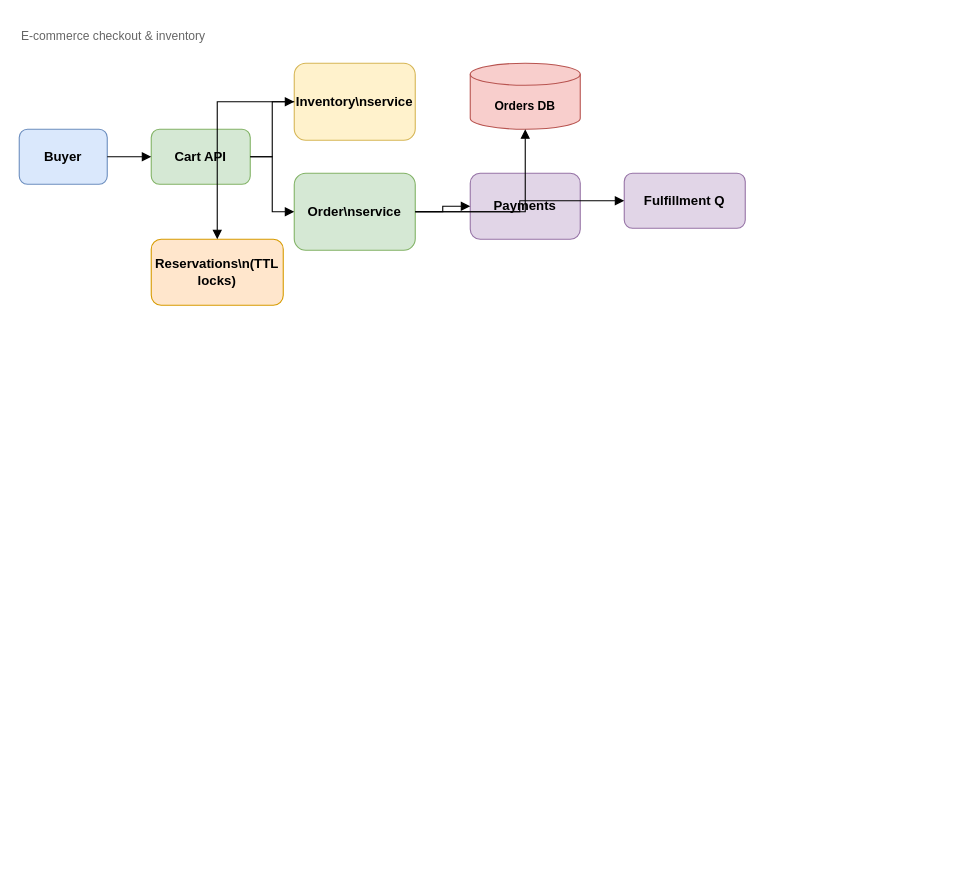
Earlier version of the draw.io diagram diagrams/ecommerce-checkout.drawio (yazeedsawalha/system-design). Source tidied: cells renumbered, new cells numbered last; positions are measured from the earlier drawing's top-left corner, leaving out a move shared by most shapes. Both pictures are drawn from the tidied source at 110%, with x=0, y=0 at pixel (19, 19).
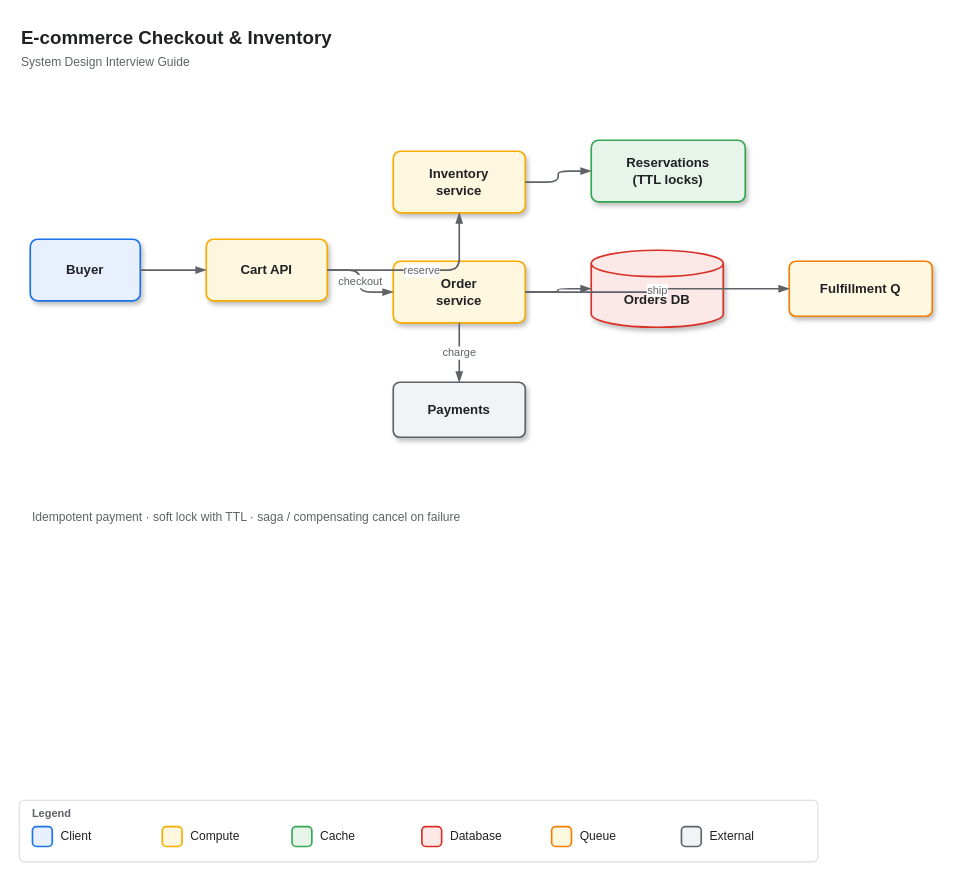
After the change.

Change to the diagram source:
```diff
@@
-<mxGraphModel>
+<mxGraphModel background="#ffffff">
@@
-    <mxCell id="2" value="E-commerce checkout &amp; inventory" style="text;html=1;strokeColor=none;fillColor=none;align=left;verticalAlign=middle;whiteSpace=wrap;rounded=0;fontSize=11;fontColor=#666666;" parent="1" vertex="1">
-      <mxGeometry width="300" height="30" as="geometry" />
-    </mxCell>
+    <mxCell id="18" value="E-commerce Checkout &amp; Inventory" style="text;html=1;strokeColor=none;fillColor=none;align=left;verticalAlign=middle;whiteSpace=wrap;rounded=0;fontSize=17;fontStyle=1;fontFamily=Helvetica;fontColor=#202124;" parent="1" vertex="1">
+      <mxGeometry y="4" width="700" height="28" as="geometry" />
+    </mxCell>
+    <mxCell id="19" value="System Design Interview Guide" style="text;html=1;strokeColor=none;fillColor=none;align=left;verticalAlign=middle;whiteSpace=wrap;rounded=0;fontSize=11;fontFamily=Helvetica;fontColor=#5F6368;" parent="1" vertex="1">
+      <mxGeometry y="30" width="280" height="18" as="geometry" />
+    </mxCell>
-    <mxCell id="3" value="Buyer" style="rounded=1;whiteSpace=wrap;html=1;fillColor=#dae8fc;strokeColor=#6c8ebf;fontStyle=1;fontSize=12;" parent="1" vertex="1">
-      <mxGeometry y="100" width="80" height="50" as="geometry" />
+    <mxCell id="3" value="Buyer" style="rounded=1;whiteSpace=wrap;html=1;arcSize=12;fillColor=#E8F0FE;strokeColor=#1A73E8;strokeWidth=1.5;fontStyle=1;fontSize=12;fontFamily=Helvetica;fontColor=#202124;shadow=1;" parent="1" vertex="1">
+      <mxGeometry x="10" y="200" width="100" height="56" as="geometry" />
     </mxCell>
-    <mxCell id="4" value="Cart API" style="rounded=1;whiteSpace=wrap;html=1;fillColor=#d5e8d4;strokeColor=#82b366;fontStyle=1;fontSize=12;" parent="1" vertex="1">
-      <mxGeometry x="120" y="100" width="90" height="50" as="geometry" />
+    <mxCell id="4" value="Cart API" style="rounded=1;whiteSpace=wrap;html=1;arcSize=12;fillColor=#FEF7E0;strokeColor=#F9AB00;strokeWidth=1.5;fontStyle=1;fontSize=12;fontFamily=Helvetica;fontColor=#202124;shadow=1;" parent="1" vertex="1">
+      <mxGeometry x="170" y="200" width="110" height="56" as="geometry" />
     </mxCell>
-    <mxCell id="5" value="Inventory\nservice" style="rounded=1;whiteSpace=wrap;html=1;fillColor=#fff2cc;strokeColor=#d6b656;fontStyle=1;fontSize=12;" parent="1" vertex="1">
-      <mxGeometry x="250" y="40" width="110" height="70" as="geometry" />
-    </mxCell>
-    <mxCell id="6" value="Order\nservice" style="rounded=1;whiteSpace=wrap;html=1;fillColor=#d5e8d4;strokeColor=#82b366;fontStyle=1;fontSize=12;" parent="1" vertex="1">
-      <mxGeometry x="250" y="140" width="110" height="70" as="geometry" />
-    </mxCell>
+    <mxCell id="20" value="Inventory&#10;service" style="rounded=1;whiteSpace=wrap;html=1;arcSize=12;fillColor=#FEF7E0;strokeColor=#F9AB00;strokeWidth=1.5;fontStyle=1;fontSize=12;fontFamily=Helvetica;fontColor=#202124;shadow=1;" parent="1" vertex="1">
+      <mxGeometry x="340" y="120" width="120" height="56" as="geometry" />
+    </mxCell>
+    <mxCell id="21" value="Order&#10;service" style="rounded=1;whiteSpace=wrap;html=1;arcSize=12;fillColor=#FEF7E0;strokeColor=#F9AB00;strokeWidth=1.5;fontStyle=1;fontSize=12;fontFamily=Helvetica;fontColor=#202124;shadow=1;" parent="1" vertex="1">
+      <mxGeometry x="340" y="220" width="120" height="56" as="geometry" />
+    </mxCell>
-    <mxCell id="7" value="Payments" style="rounded=1;whiteSpace=wrap;html=1;fillColor=#e1d5e7;strokeColor=#9673a6;fontStyle=1;fontSize=12;" parent="1" vertex="1">
-      <mxGeometry x="410" y="140" width="100" height="60" as="geometry" />
+    <mxCell id="7" value="Payments" style="rounded=1;whiteSpace=wrap;html=1;arcSize=12;fillColor=#F1F3F4;strokeColor=#5F6368;strokeWidth=1.5;fontStyle=1;fontSize=12;fontFamily=Helvetica;fontColor=#202124;shadow=1;" parent="1" vertex="1">
+      <mxGeometry x="340" y="330" width="120" height="50" as="geometry" />
     </mxCell>
-    <mxCell id="8" value="Orders DB" style="shape=cylinder3;whiteSpace=wrap;html=1;boundedLbl=1;backgroundOutline=1;size=10;fillColor=#f8cecc;strokeColor=#b85450;fontStyle=1;fontSize=11;" parent="1" vertex="1">
-      <mxGeometry x="410" y="40" width="100" height="60" as="geometry" />
+    <mxCell id="8" value="Orders DB" style="shape=cylinder3;whiteSpace=wrap;html=1;boundedLbl=1;backgroundOutline=1;size=12;fillColor=#FCE8E6;strokeColor=#D93025;strokeWidth=1.5;fontStyle=1;fontSize=12;fontFamily=Helvetica;fontColor=#202124;shadow=1;" parent="1" vertex="1">
+      <mxGeometry x="520" y="210" width="120" height="70" as="geometry" />
     </mxCell>
-    <mxCell id="9" value="Reservations\n(TTL locks)" style="rounded=1;whiteSpace=wrap;html=1;fillColor=#ffe6cc;strokeColor=#d79b00;fontStyle=1;fontSize=12;" parent="1" vertex="1">
-      <mxGeometry x="120" y="200" width="120" height="60" as="geometry" />
-    </mxCell>
+    <mxCell id="22" value="Reservations&#10;(TTL locks)" style="rounded=1;whiteSpace=wrap;html=1;arcSize=12;fillColor=#E6F4EA;strokeColor=#34A853;strokeWidth=1.5;fontStyle=1;fontSize=12;fontFamily=Helvetica;fontColor=#202124;shadow=1;" parent="1" vertex="1">
+      <mxGeometry x="520" y="110" width="140" height="56" as="geometry" />
+    </mxCell>
-    <mxCell id="10" value="Fulfillment Q" style="rounded=1;whiteSpace=wrap;html=1;fillColor=#e1d5e7;strokeColor=#9673a6;fontStyle=1;fontSize=12;" parent="1" vertex="1">
-      <mxGeometry x="550" y="140" width="110" height="50" as="geometry" />
+    <mxCell id="10" value="Fulfillment Q" style="rounded=1;whiteSpace=wrap;html=1;arcSize=12;fillColor=#FFF8E1;strokeColor=#F57C00;strokeWidth=1.5;fontStyle=1;fontSize=12;fontFamily=Helvetica;fontColor=#202124;shadow=1;" parent="1" vertex="1">
+      <mxGeometry x="700" y="220" width="130" height="50" as="geometry" />
     </mxCell>
-    <mxCell id="11" style="edgeStyle=orthogonalEdgeStyle;rounded=0;jettySize=auto;html=1;endArrow=block;endFill=1;" parent="1" edge="1" source="3" target="4">
+    <mxCell id="11" style="edgeStyle=orthogonalEdgeStyle;rounded=1;jettySize=auto;html=1;endArrow=blockThin;endFill=1;strokeWidth=1.5;strokeColor=#5F6368;fontFamily=Helvetica;fontSize=10;fontColor=#5F6368;" parent="1" edge="1" source="3" target="4">
       <mxGeometry relative="1" as="geometry" />
     </mxCell>
-    <mxCell id="12" style="edgeStyle=orthogonalEdgeStyle;rounded=0;jettySize=auto;html=1;endArrow=block;endFill=1;" parent="1" edge="1" source="4" target="5">
-      <mxGeometry relative="1" as="geometry" />
-    </mxCell>
-    <mxCell id="13" style="edgeStyle=orthogonalEdgeStyle;rounded=0;jettySize=auto;html=1;endArrow=block;endFill=1;" parent="1" edge="1" source="4" target="6">
-      <mxGeometry relative="1" as="geometry" />
-    </mxCell>
-    <mxCell id="14" style="edgeStyle=orthogonalEdgeStyle;rounded=0;jettySize=auto;html=1;endArrow=block;endFill=1;" parent="1" edge="1" source="6" target="7">
-      <mxGeometry relative="1" as="geometry" />
-    </mxCell>
-    <mxCell id="15" style="edgeStyle=orthogonalEdgeStyle;rounded=0;jettySize=auto;html=1;endArrow=block;endFill=1;" parent="1" edge="1" source="6" target="8">
-      <mxGeometry relative="1" as="geometry" />
-    </mxCell>
-    <mxCell id="16" style="edgeStyle=orthogonalEdgeStyle;rounded=0;jettySize=auto;html=1;endArrow=block;endFill=1;" parent="1" edge="1" source="5" target="9">
-      <mxGeometry relative="1" as="geometry" />
-    </mxCell>
-    <mxCell id="17" style="edgeStyle=orthogonalEdgeStyle;rounded=0;jettySize=auto;html=1;endArrow=block;endFill=1;" parent="1" edge="1" source="6" target="10">
-      <mxGeometry relative="1" as="geometry" />
-    </mxCell>
+    <mxCell id="23" value="reserve" style="edgeStyle=orthogonalEdgeStyle;rounded=1;jettySize=auto;html=1;endArrow=blockThin;endFill=1;strokeWidth=1.5;strokeColor=#5F6368;fontFamily=Helvetica;fontSize=10;fontColor=#5F6368;" parent="1" edge="1" source="4" target="20">
+      <mxGeometry relative="1" as="geometry" />
+    </mxCell>
+    <mxCell id="24" value="checkout" style="edgeStyle=orthogonalEdgeStyle;rounded=1;jettySize=auto;html=1;endArrow=blockThin;endFill=1;strokeWidth=1.5;strokeColor=#5F6368;fontFamily=Helvetica;fontSize=10;fontColor=#5F6368;" parent="1" edge="1" source="4" target="21">
+      <mxGeometry relative="1" as="geometry" />
+    </mxCell>
+    <mxCell id="25" value="charge" style="edgeStyle=orthogonalEdgeStyle;rounded=1;jettySize=auto;html=1;endArrow=blockThin;endFill=1;strokeWidth=1.5;strokeColor=#5F6368;fontFamily=Helvetica;fontSize=10;fontColor=#5F6368;" parent="1" edge="1" source="21" target="7">
+      <mxGeometry relative="1" as="geometry" />
+    </mxCell>
+    <mxCell id="26" style="edgeStyle=orthogonalEdgeStyle;rounded=1;jettySize=auto;html=1;endArrow=blockThin;endFill=1;strokeWidth=1.5;strokeColor=#5F6368;fontFamily=Helvetica;fontSize=10;fontColor=#5F6368;" parent="1" edge="1" source="21" target="8">
+      <mxGeometry relative="1" as="geometry" />
+    </mxCell>
+    <mxCell id="27" style="edgeStyle=orthogonalEdgeStyle;rounded=1;jettySize=auto;html=1;endArrow=blockThin;endFill=1;strokeWidth=1.5;strokeColor=#5F6368;fontFamily=Helvetica;fontSize=10;fontColor=#5F6368;" parent="1" edge="1" source="20" target="22">
+      <mxGeometry relative="1" as="geometry" />
+    </mxCell>
+    <mxCell id="28" value="ship" style="edgeStyle=orthogonalEdgeStyle;rounded=1;jettySize=auto;html=1;endArrow=blockThin;endFill=1;strokeWidth=1.5;strokeColor=#5F6368;fontFamily=Helvetica;fontSize=10;fontColor=#5F6368;" parent="1" edge="1" source="21" target="10">
+      <mxGeometry relative="1" as="geometry" />
+    </mxCell>
+    <mxCell id="29" value="Idempotent payment · soft lock with TTL · saga / compensating cancel on failure" style="text;html=1;strokeColor=none;fillColor=none;align=left;verticalAlign=top;whiteSpace=wrap;rounded=0;fontSize=11;fontFamily=Helvetica;fontColor=#5F6368;" parent="1" vertex="1">
+      <mxGeometry x="10" y="440" width="560" height="40" as="geometry" />
+    </mxCell>
+    <mxCell id="30" style="rounded=1;whiteSpace=wrap;html=1;arcSize=8;fillColor=#FFFFFF;strokeColor=#DADCE0;strokeWidth=1;shadow=0;" parent="1" vertex="1">
+      <mxGeometry y="710" width="726" height="56" as="geometry" />
+    </mxCell>
+    <mxCell id="31" value="Legend" style="text;html=1;strokeColor=none;fillColor=none;align=left;verticalAlign=middle;fontSize=10;fontStyle=1;fontFamily=Helvetica;fontColor=#5F6368;" parent="1" vertex="1">
+      <mxGeometry x="10" y="714" width="60" height="16" as="geometry" />
+    </mxCell>
+    <mxCell id="32" style="rounded=1;whiteSpace=wrap;html=1;arcSize=20;fillColor=#E8F0FE;strokeColor=#1A73E8;strokeWidth=1.5;" parent="1" vertex="1">
+      <mxGeometry x="12" y="734" width="18" height="18" as="geometry" />
+    </mxCell>
+    <mxCell id="33" value="Client" style="text;html=1;strokeColor=none;fillColor=none;align=left;verticalAlign=middle;fontSize=11;fontFamily=Helvetica;fontColor=#202124;" parent="1" vertex="1">
+      <mxGeometry x="36" y="732" width="90" height="22" as="geometry" />
+    </mxCell>
+    <mxCell id="34" style="rounded=1;whiteSpace=wrap;html=1;arcSize=20;fillColor=#FEF7E0;strokeColor=#F9AB00;strokeWidth=1.5;" parent="1" vertex="1">
+      <mxGeometry x="130" y="734" width="18" height="18" as="geometry" />
+    </mxCell>
+    <mxCell id="35" value="Compute" style="text;html=1;strokeColor=none;fillColor=none;align=left;verticalAlign=middle;fontSize=11;fontFamily=Helvetica;fontColor=#202124;" parent="1" vertex="1">
+      <mxGeometry x="154" y="732" width="90" height="22" as="geometry" />
+    </mxCell>
+    <mxCell id="36" style="rounded=1;whiteSpace=wrap;html=1;arcSize=20;fillColor=#E6F4EA;strokeColor=#34A853;strokeWidth=1.5;" parent="1" vertex="1">
+      <mxGeometry x="248" y="734" width="18" height="18" as="geometry" />
+    </mxCell>
+    <mxCell id="37" value="Cache" style="text;html=1;strokeColor=none;fillColor=none;align=left;verticalAlign=middle;fontSize=11;fontFamily=Helvetica;fontColor=#202124;" parent="1" vertex="1">
+      <mxGeometry x="272" y="732" width="90" height="22" as="geometry" />
+    </mxCell>
+    <mxCell id="38" style="rounded=1;whiteSpace=wrap;html=1;arcSize=20;fillColor=#FCE8E6;strokeColor=#D93025;strokeWidth=1.5;" parent="1" vertex="1">
+      <mxGeometry x="366" y="734" width="18" height="18" as="geometry" />
+    </mxCell>
+    <mxCell id="39" value="Database" style="text;html=1;strokeColor=none;fillColor=none;align=left;verticalAlign=middle;fontSize=11;fontFamily=Helvetica;fontColor=#202124;" parent="1" vertex="1">
+      <mxGeometry x="390" y="732" width="90" height="22" as="geometry" />
+    </mxCell>
+    <mxCell id="40" style="rounded=1;whiteSpace=wrap;html=1;arcSize=20;fillColor=#FFF8E1;strokeColor=#F57C00;strokeWidth=1.5;" parent="1" vertex="1">
+      <mxGeometry x="484" y="734" width="18" height="18" as="geometry" />
+    </mxCell>
+    <mxCell id="41" value="Queue" style="text;html=1;strokeColor=none;fillColor=none;align=left;verticalAlign=middle;fontSize=11;fontFamily=Helvetica;fontColor=#202124;" parent="1" vertex="1">
+      <mxGeometry x="508" y="732" width="90" height="22" as="geometry" />
+    </mxCell>
+    <mxCell id="42" style="rounded=1;whiteSpace=wrap;html=1;arcSize=20;fillColor=#F1F3F4;strokeColor=#5F6368;strokeWidth=1.5;" parent="1" vertex="1">
+      <mxGeometry x="602" y="734" width="18" height="18" as="geometry" />
+    </mxCell>
+    <mxCell id="43" value="External" style="text;html=1;strokeColor=none;fillColor=none;align=left;verticalAlign=middle;fontSize=11;fontFamily=Helvetica;fontColor=#202124;" parent="1" vertex="1">
+      <mxGeometry x="626" y="732" width="90" height="22" as="geometry" />
+    </mxCell>
```
